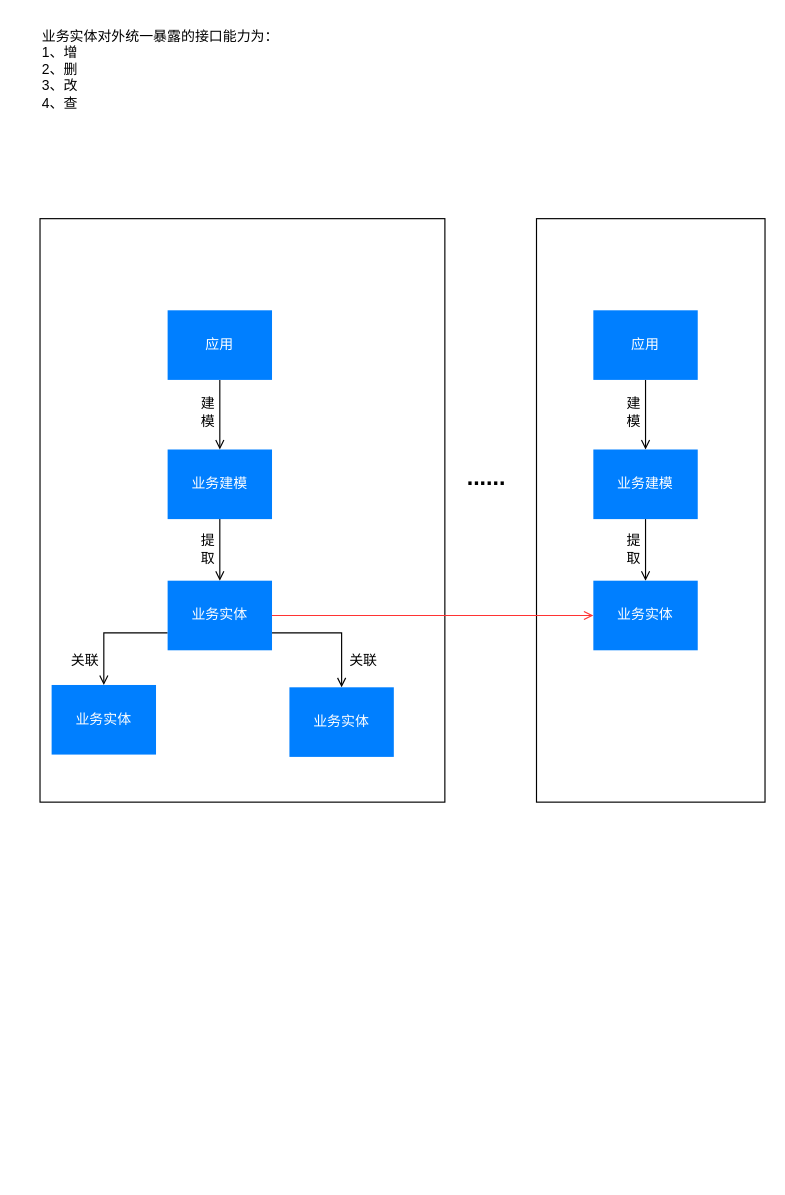
This is docs/LCDP.drawio from lokiworks/codebase, a draw.io file, before an edit. Source tidied: cells renumbered, new cells numbered last; positions are measured from the earlier drawing's top-left corner, leaving out a move shared by most shapes. Both pictures are drawn from the tidied source at 116%, with x=0, y=0 at pixel (39, 20).
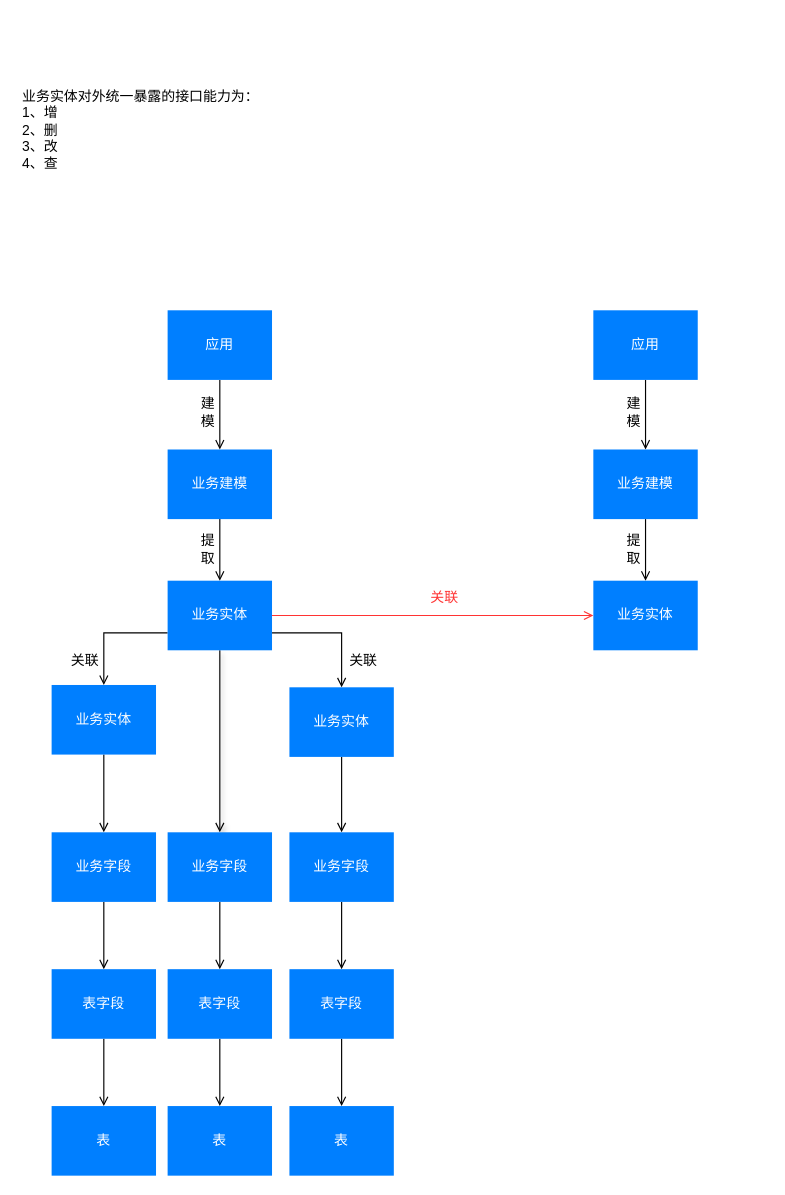
The same page after the edit.

Unchanged cells that the change refers to:
```xml
<mxCell id="9" value="&lt;font color=&quot;#ffffff&quot;&gt;业务实体&lt;/font&gt;" style="rounded=0;whiteSpace=wrap;html=1;fillColor=#007FFF;strokeColor=none;" parent="1" vertex="1">
  <mxGeometry x="110" y="483.1" width="90" height="60" as="geometry" />
</mxCell>
<mxCell id="22" value="&lt;font color=&quot;#ffffff&quot;&gt;业务实体&lt;/font&gt;" style="rounded=0;whiteSpace=wrap;html=1;fillColor=#007FFF;strokeColor=none;" parent="1" vertex="1">
  <mxGeometry x="10" y="573" width="90" height="60" as="geometry" />
</mxCell>
<mxCell id="24" value="&lt;font color=&quot;#ffffff&quot;&gt;业务实体&lt;/font&gt;" style="rounded=0;whiteSpace=wrap;html=1;fillColor=#007FFF;strokeColor=none;" parent="1" vertex="1">
  <mxGeometry x="215" y="575" width="90" height="60" as="geometry" />
</mxCell>
```

Change to the diagram source:
```diff
@@
-    <mxCell id="2" style="rounded=0;whiteSpace=wrap;html=1;" parent="1" vertex="1">
-      <mxGeometry x="428" y="171" width="197" height="503" as="geometry" />
-    </mxCell>
-    <mxCell id="3" style="rounded=0;whiteSpace=wrap;html=1;" parent="1" vertex="1">
-      <mxGeometry y="171" width="349" height="503" as="geometry" />
-    </mxCell>
@@
+    <mxCell id="27" style="edgeStyle=orthogonalEdgeStyle;rounded=0;jettySize=auto;html=1;exitX=0.5;exitY=1;exitDx=0;exitDy=0;shadow=1;fontSize=12;fontColor=#FF3333;endArrow=open;endFill=0;strokeColor=#000000;" parent="1" edge="1" source="9" target="33">
+      <mxGeometry relative="1" as="geometry" />
+    </mxCell>
@@
-    <mxCell id="21" value="......" style="text;html=1;strokeColor=none;fillColor=none;align=center;verticalAlign=middle;whiteSpace=wrap;rounded=0;fontStyle=1;fontSize=20;" parent="1" vertex="1">
-      <mxGeometry x="355" y="378" width="60" height="30" as="geometry" />
-    </mxCell>
+    <mxCell id="28" style="edgeStyle=orthogonalEdgeStyle;rounded=0;jettySize=auto;html=1;exitX=0.5;exitY=1;exitDx=0;exitDy=0;shadow=0;fontSize=12;fontColor=#FF3333;endArrow=open;endFill=0;strokeColor=#000000;" parent="1" edge="1" source="22" target="31">
+      <mxGeometry relative="1" as="geometry" />
+    </mxCell>
@@
+    <mxCell id="29" style="edgeStyle=orthogonalEdgeStyle;rounded=0;jettySize=auto;html=1;exitX=0.5;exitY=1;exitDx=0;exitDy=0;shadow=0;fontSize=12;fontColor=#FF3333;endArrow=open;endFill=0;strokeColor=#000000;" parent="1" edge="1" source="24" target="35">
+      <mxGeometry relative="1" as="geometry" />
+    </mxCell>
@@
     <mxCell id="26" value="业务实体对外统一暴露的接口能力为：&lt;br&gt;1、增&lt;br&gt;2、删&lt;br&gt;3、改&lt;br&gt;4、查" style="text;html=1;strokeColor=none;fillColor=none;align=left;verticalAlign=top;whiteSpace=wrap;rounded=0;fontSize=12;horizontal=1;" parent="1" vertex="1">
-      <mxGeometry width="256" height="149" as="geometry" />
+      <mxGeometry x="-17" y="52" width="256" height="149" as="geometry" />
     </mxCell>
+    <mxCell id="30" style="edgeStyle=orthogonalEdgeStyle;rounded=0;jettySize=auto;html=1;shadow=0;fontSize=12;fontColor=#FF3333;endArrow=open;endFill=0;strokeColor=#000000;" parent="1" edge="1" source="31" target="39">
+      <mxGeometry relative="1" as="geometry" />
+    </mxCell>
+    <mxCell id="31" value="&lt;font color=&quot;#ffffff&quot;&gt;业务字段&lt;/font&gt;" style="rounded=0;whiteSpace=wrap;html=1;fillColor=#007FFF;strokeColor=none;" parent="1" vertex="1">
+      <mxGeometry x="10" y="700" width="90" height="60" as="geometry" />
+    </mxCell>
+    <mxCell id="32" style="edgeStyle=orthogonalEdgeStyle;rounded=0;jettySize=auto;html=1;exitX=0.5;exitY=1;exitDx=0;exitDy=0;shadow=0;fontSize=12;fontColor=#FF3333;endArrow=open;endFill=0;strokeColor=#000000;" parent="1" edge="1" source="33" target="37">
+      <mxGeometry relative="1" as="geometry" />
+    </mxCell>
+    <mxCell id="33" value="&lt;font color=&quot;#ffffff&quot;&gt;业务字段&lt;/font&gt;" style="rounded=0;whiteSpace=wrap;html=1;fillColor=#007FFF;strokeColor=none;" parent="1" vertex="1">
+      <mxGeometry x="110" y="700" width="90" height="60" as="geometry" />
+    </mxCell>
+    <mxCell id="34" style="edgeStyle=orthogonalEdgeStyle;rounded=0;jettySize=auto;html=1;exitX=0.5;exitY=1;exitDx=0;exitDy=0;shadow=0;fontSize=12;fontColor=#FF3333;endArrow=open;endFill=0;strokeColor=#000000;" parent="1" edge="1" source="35" target="41">
+      <mxGeometry relative="1" as="geometry" />
+    </mxCell>
+    <mxCell id="35" value="&lt;font color=&quot;#ffffff&quot;&gt;业务字段&lt;/font&gt;" style="rounded=0;whiteSpace=wrap;html=1;fillColor=#007FFF;strokeColor=none;" parent="1" vertex="1">
+      <mxGeometry x="215" y="700" width="90" height="60" as="geometry" />
+    </mxCell>
+    <mxCell id="36" style="edgeStyle=orthogonalEdgeStyle;rounded=0;jettySize=auto;html=1;exitX=0.5;exitY=1;exitDx=0;exitDy=0;entryX=0.5;entryY=0;entryDx=0;entryDy=0;shadow=0;fontSize=12;fontColor=#FF3333;endArrow=open;endFill=0;strokeColor=#000000;" parent="1" edge="1" source="37" target="43">
+      <mxGeometry relative="1" as="geometry" />
+    </mxCell>
+    <mxCell id="37" value="&lt;font color=&quot;#ffffff&quot;&gt;表字段&lt;/font&gt;" style="rounded=0;whiteSpace=wrap;html=1;fillColor=#007FFF;strokeColor=none;" parent="1" vertex="1">
+      <mxGeometry x="110" y="818" width="90" height="60" as="geometry" />
+    </mxCell>
+    <mxCell id="38" style="edgeStyle=orthogonalEdgeStyle;rounded=0;jettySize=auto;html=1;exitX=0.5;exitY=1;exitDx=0;exitDy=0;shadow=0;fontSize=12;fontColor=#FF3333;endArrow=open;endFill=0;strokeColor=#000000;" parent="1" edge="1" source="39" target="42">
+      <mxGeometry relative="1" as="geometry" />
+    </mxCell>
+    <mxCell id="39" value="&lt;font color=&quot;#ffffff&quot;&gt;表字段&lt;/font&gt;" style="rounded=0;whiteSpace=wrap;html=1;fillColor=#007FFF;strokeColor=none;" parent="1" vertex="1">
+      <mxGeometry x="10" y="818" width="90" height="60" as="geometry" />
+    </mxCell>
+    <mxCell id="40" style="edgeStyle=orthogonalEdgeStyle;rounded=0;jettySize=auto;html=1;exitX=0.5;exitY=1;exitDx=0;exitDy=0;entryX=0.5;entryY=0;entryDx=0;entryDy=0;shadow=0;fontSize=12;fontColor=#FF3333;endArrow=open;endFill=0;strokeColor=#000000;" parent="1" edge="1" source="41" target="44">
+      <mxGeometry relative="1" as="geometry" />
+    </mxCell>
+    <mxCell id="41" value="&lt;font color=&quot;#ffffff&quot;&gt;表字段&lt;/font&gt;" style="rounded=0;whiteSpace=wrap;html=1;fillColor=#007FFF;strokeColor=none;" parent="1" vertex="1">
+      <mxGeometry x="215" y="818" width="90" height="60" as="geometry" />
+    </mxCell>
+    <mxCell id="42" value="&lt;font color=&quot;#ffffff&quot;&gt;表&lt;/font&gt;" style="rounded=0;whiteSpace=wrap;html=1;fillColor=#007FFF;strokeColor=none;" parent="1" vertex="1">
+      <mxGeometry x="10" y="936" width="90" height="60" as="geometry" />
+    </mxCell>
+    <mxCell id="43" value="&lt;font color=&quot;#ffffff&quot;&gt;表&lt;/font&gt;" style="rounded=0;whiteSpace=wrap;html=1;fillColor=#007FFF;strokeColor=none;" parent="1" vertex="1">
+      <mxGeometry x="110" y="936" width="90" height="60" as="geometry" />
+    </mxCell>
+    <mxCell id="44" value="&lt;font color=&quot;#ffffff&quot;&gt;表&lt;/font&gt;" style="rounded=0;whiteSpace=wrap;html=1;fillColor=#007FFF;strokeColor=none;" parent="1" vertex="1">
+      <mxGeometry x="215" y="936" width="90" height="60" as="geometry" />
+    </mxCell>
+    <mxCell id="45" value="关联" style="text;html=1;strokeColor=none;fillColor=none;align=center;verticalAlign=middle;whiteSpace=wrap;rounded=0;fontSize=12;fontColor=#FF3333;" parent="1" vertex="1">
+      <mxGeometry x="319" y="483.1" width="60" height="30" as="geometry" />
+    </mxCell>
```
